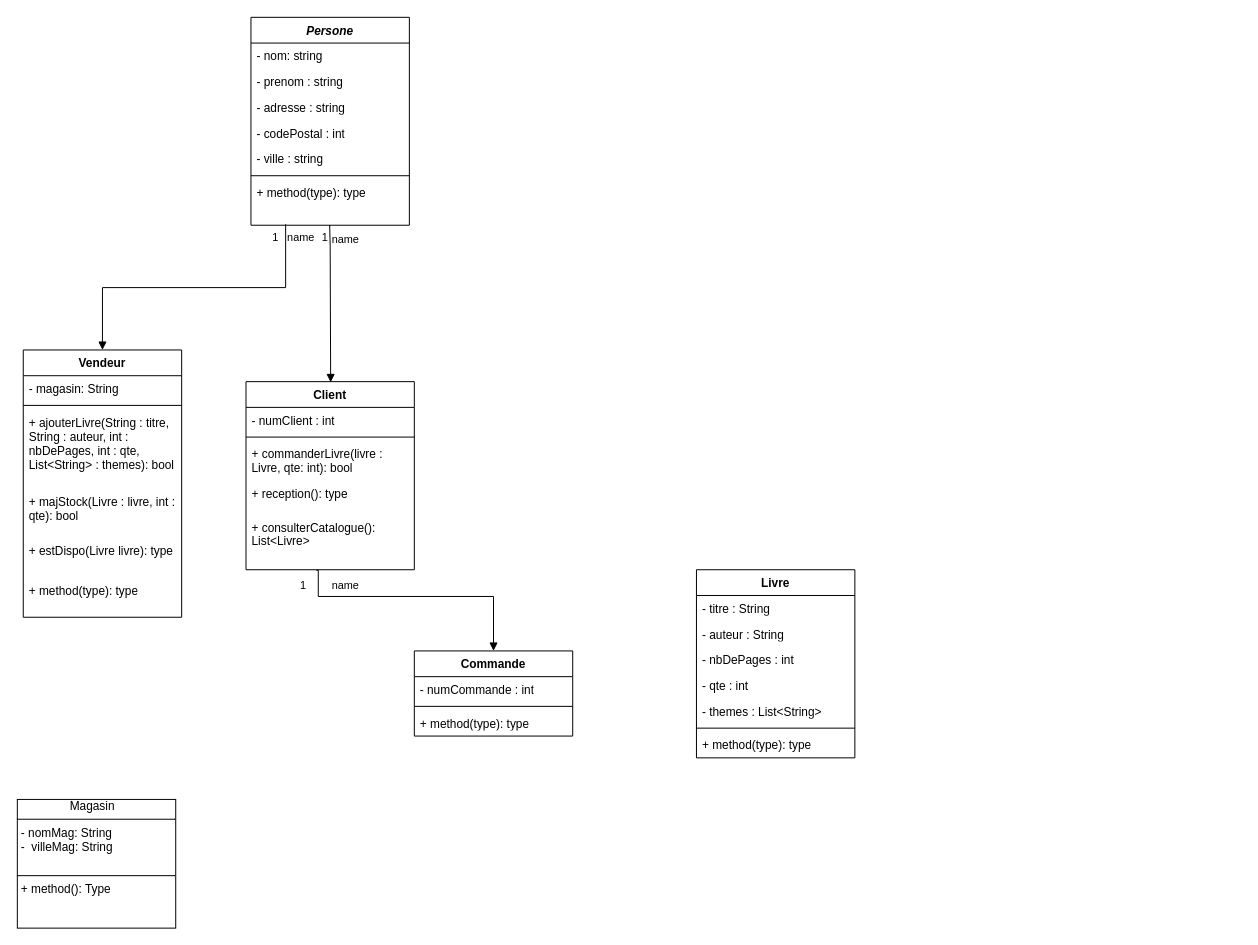
Earlier version of the draw.io diagram diagrammedeclasse.drawio (NolhanDolou/SAE_JAVA). Source tidied: cells renumbered, new cells numbered last; positions are measured from the earlier drawing's top-left corner, leaving out a move shared by most shapes. Both pictures are drawn from the tidied source at 99%, with x=0, y=0 at pixel (17, 17).
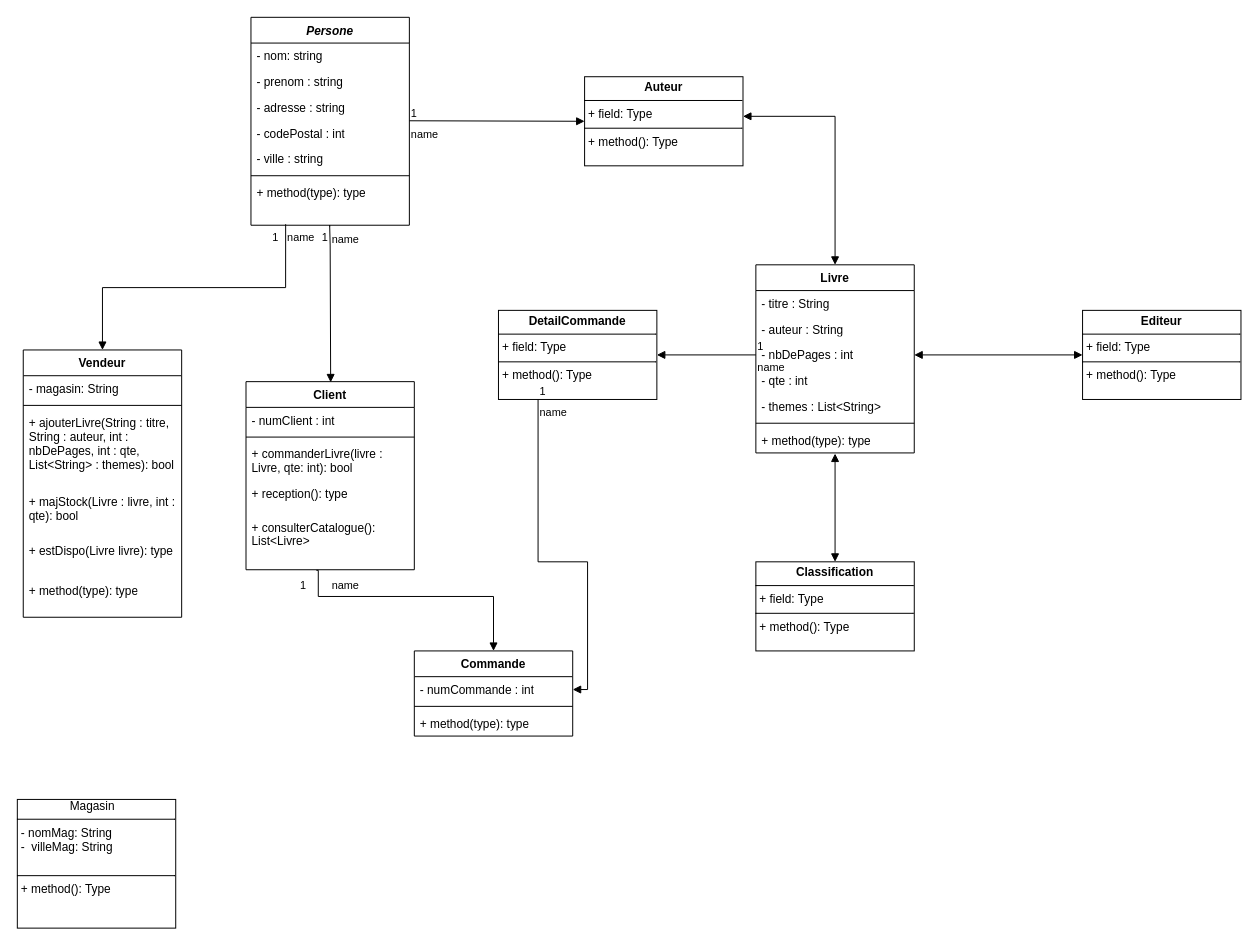
Above is the later version.

Commit message:
ajout des classe diagramme

Unchanged cells that the change refers to:
```xml
<mxCell id="30" value="- nbDePages : int" style="text;strokeColor=none;fillColor=none;align=left;verticalAlign=top;spacingLeft=4;spacingRight=4;overflow=hidden;points=[[0,0.5],[1,0.5]];portConstraint=eastwest;whiteSpace=wrap;html=1;" parent="27" vertex="1">
  <mxGeometry y="78" width="160" height="26" as="geometry" />
</mxCell>
<mxCell id="34" value="+ method(type): type" style="text;strokeColor=none;fillColor=none;align=left;verticalAlign=top;spacingLeft=4;spacingRight=4;overflow=hidden;points=[[0,0.5],[1,0.5]];portConstraint=eastwest;whiteSpace=wrap;html=1;" parent="27" vertex="1">
  <mxGeometry y="164" width="160" height="26" as="geometry" />
</mxCell>
<mxCell id="36" value="- numCommande : int" style="text;strokeColor=none;fillColor=none;align=left;verticalAlign=top;spacingLeft=4;spacingRight=4;overflow=hidden;points=[[0,0.5],[1,0.5]];portConstraint=eastwest;whiteSpace=wrap;html=1;" parent="35" vertex="1">
  <mxGeometry y="26" width="160" height="26" as="geometry" />
</mxCell>
```

The edit, as a diff of the source:
```diff
@@
     <mxCell id="27" value="Livre" style="swimlane;fontStyle=1;align=center;verticalAlign=top;horizontal=1;startSize=26;whiteSpace=wrap;html=1;" parent="1" vertex="1">
-      <mxGeometry x="686" y="558" width="160" height="190" as="geometry" />
+      <mxGeometry x="746" y="250" width="160" height="190" as="geometry" />
     </mxCell>
@@
+    <mxCell id="42" value="&lt;p style=&quot;margin:0px;margin-top:4px;text-align:center;&quot;&gt;&lt;b&gt;Auteur&lt;/b&gt;&lt;/p&gt;&lt;hr size=&quot;1&quot; style=&quot;border-style:solid;&quot;&gt;&lt;p style=&quot;margin:0px;margin-left:4px;&quot;&gt;+ field: Type&lt;/p&gt;&lt;hr size=&quot;1&quot; style=&quot;border-style:solid;&quot;&gt;&lt;p style=&quot;margin:0px;margin-left:4px;&quot;&gt;+ method(): Type&lt;/p&gt;" style="verticalAlign=top;align=left;overflow=fill;html=1;whiteSpace=wrap;" parent="1" vertex="1">
+      <mxGeometry x="573" y="60" width="160" height="90" as="geometry" />
+    </mxCell>
+    <mxCell id="43" value="name" style="endArrow=block;endFill=1;html=1;edgeStyle=orthogonalEdgeStyle;align=left;verticalAlign=top;rounded=0;entryX=0;entryY=0.5;entryDx=0;entryDy=0;" parent="1" edge="1" target="42">
+      <mxGeometry x="-1" relative="1" as="geometry">
+        <mxPoint x="396" y="104.5" as="sourcePoint" />
+      </mxGeometry>
+    </mxCell>
+    <mxCell id="44" value="1" style="edgeLabel;html=1;align=left;verticalAlign=bottom;" parent="43" vertex="1">
+      <mxGeometry x="-1" relative="1" as="geometry" />
+    </mxCell>
+    <mxCell id="45" style="endArrow=block;startArrow=block;endFill=1;startFill=1;html=1;rounded=0;entryX=0.5;entryY=0;entryDx=0;entryDy=0;" parent="1" edge="1" target="27">
+      <mxGeometry relative="1" as="geometry">
+        <mxPoint x="733" y="100" as="sourcePoint" />
+        <Array as="points">
+          <mxPoint x="826" y="100" />
+        </Array>
+      </mxGeometry>
+    </mxCell>
+    <mxCell id="46" value="&lt;p style=&quot;margin:0px;margin-top:4px;text-align:center;&quot;&gt;&lt;b&gt;Editeur&lt;/b&gt;&lt;/p&gt;&lt;hr size=&quot;1&quot; style=&quot;border-style:solid;&quot;&gt;&lt;p style=&quot;margin:0px;margin-left:4px;&quot;&gt;+ field: Type&lt;/p&gt;&lt;hr size=&quot;1&quot; style=&quot;border-style:solid;&quot;&gt;&lt;p style=&quot;margin:0px;margin-left:4px;&quot;&gt;+ method(): Type&lt;/p&gt;" style="verticalAlign=top;align=left;overflow=fill;html=1;whiteSpace=wrap;" parent="1" vertex="1">
+      <mxGeometry x="1076" y="296" width="160" height="90" as="geometry" />
+    </mxCell>
+    <mxCell id="47" style="endArrow=block;startArrow=block;endFill=1;startFill=1;html=1;rounded=0;exitX=1;exitY=0.5;exitDx=0;exitDy=0;entryX=0;entryY=0.5;entryDx=0;entryDy=0;" parent="1" edge="1" source="30" target="46">
+      <mxGeometry relative="1" as="geometry" />
+    </mxCell>
+    <mxCell id="48" value="&lt;p style=&quot;margin:0px;margin-top:4px;text-align:center;&quot;&gt;&lt;b&gt;Classification&lt;/b&gt;&lt;/p&gt;&lt;hr size=&quot;1&quot; style=&quot;border-style:solid;&quot;&gt;&lt;p style=&quot;margin:0px;margin-left:4px;&quot;&gt;+ field: Type&lt;/p&gt;&lt;hr size=&quot;1&quot; style=&quot;border-style:solid;&quot;&gt;&lt;p style=&quot;margin:0px;margin-left:4px;&quot;&gt;+ method(): Type&lt;/p&gt;" style="verticalAlign=top;align=left;overflow=fill;html=1;whiteSpace=wrap;" parent="1" vertex="1">
+      <mxGeometry x="746" y="550" width="160" height="90" as="geometry" />
+    </mxCell>
+    <mxCell id="49" style="endArrow=block;startArrow=block;endFill=1;startFill=1;html=1;rounded=0;entryX=0.5;entryY=0;entryDx=0;entryDy=0;exitX=0.5;exitY=1.024;exitDx=0;exitDy=0;exitPerimeter=0;" parent="1" edge="1" source="34" target="48">
+      <mxGeometry relative="1" as="geometry" />
+    </mxCell>
+    <mxCell id="50" value="&lt;p style=&quot;margin:0px;margin-top:4px;text-align:center;&quot;&gt;&lt;b&gt;DetailCommande&lt;/b&gt;&lt;/p&gt;&lt;hr size=&quot;1&quot; style=&quot;border-style:solid;&quot;&gt;&lt;p style=&quot;margin:0px;margin-left:4px;&quot;&gt;+ field: Type&lt;/p&gt;&lt;hr size=&quot;1&quot; style=&quot;border-style:solid;&quot;&gt;&lt;p style=&quot;margin:0px;margin-left:4px;&quot;&gt;+ method(): Type&lt;/p&gt;" style="verticalAlign=top;align=left;overflow=fill;html=1;whiteSpace=wrap;" parent="1" vertex="1">
+      <mxGeometry x="486" y="296" width="160" height="90" as="geometry" />
+    </mxCell>
+    <mxCell id="51" value="name" style="endArrow=block;endFill=1;html=1;edgeStyle=orthogonalEdgeStyle;align=left;verticalAlign=top;rounded=0;exitX=0.25;exitY=1;exitDx=0;exitDy=0;entryX=1;entryY=0.5;entryDx=0;entryDy=0;" parent="1" edge="1" source="50" target="36">
+      <mxGeometry x="-1" relative="1" as="geometry">
+        <Array as="points">
+          <mxPoint x="526" y="550" />
+          <mxPoint x="576" y="550" />
+          <mxPoint x="576" y="679" />
+        </Array>
+      </mxGeometry>
+    </mxCell>
+    <mxCell id="52" value="1" style="edgeLabel;html=1;align=left;verticalAlign=bottom;" parent="51" vertex="1">
+      <mxGeometry x="-1" relative="1" as="geometry" />
+    </mxCell>
+    <mxCell id="53" value="name" style="endArrow=block;endFill=1;html=1;edgeStyle=orthogonalEdgeStyle;align=left;verticalAlign=top;rounded=0;exitX=0;exitY=0.5;exitDx=0;exitDy=0;entryX=1;entryY=0.5;entryDx=0;entryDy=0;" parent="1" edge="1" source="30" target="50">
+      <mxGeometry x="-1" relative="1" as="geometry" />
+    </mxCell>
+    <mxCell id="54" value="1" style="edgeLabel;html=1;align=left;verticalAlign=bottom;" parent="53" vertex="1">
+      <mxGeometry x="-1" relative="1" as="geometry" />
+    </mxCell>
```
